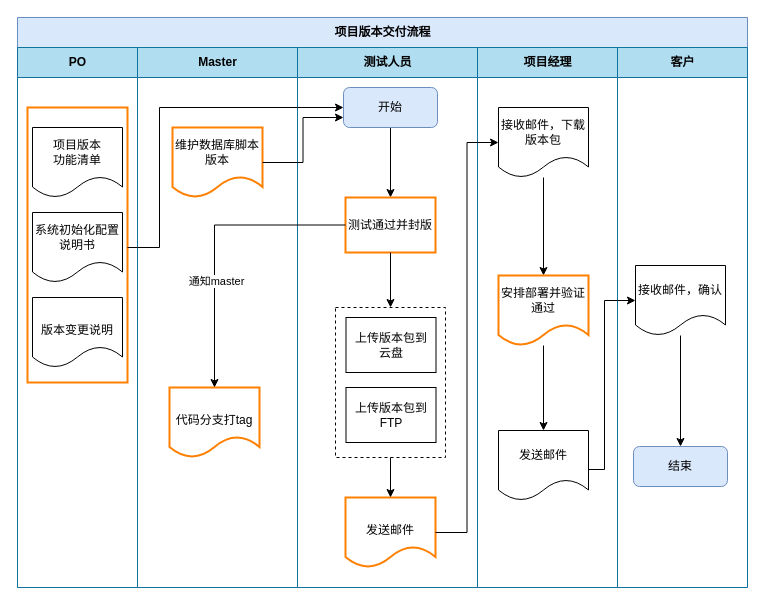
Earlier version of the draw.io diagram 20210214project.drawio (liaoxiaofang/automation-test). Source tidied: cells renumbered, new cells numbered last; positions are measured from the earlier drawing's top-left corner, leaving out a move shared by most shapes. Both pictures are drawn from the tidied source at 100%, with x=0, y=0 at pixel (17, 17).
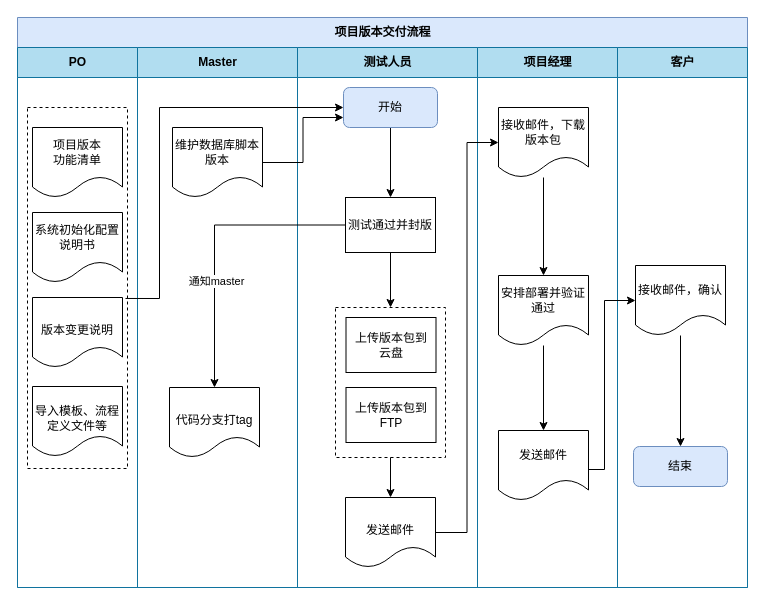
After the change.

Unchanged cells that the change refers to:
```xml
<mxCell id="2" value="项目版本交付流程" style="swimlane;html=1;startSize=30;fillColor=#dae8fc;strokeColor=#6c8ebf;" parent="1" vertex="1">
  <mxGeometry width="730" height="570" as="geometry" />
</mxCell>
<mxCell id="3" value="PO" style="swimlane;html=1;startSize=30;fillColor=#b1ddf0;strokeColor=#10739e;" parent="2" vertex="1">
  <mxGeometry y="30" width="120" height="540" as="geometry" />
</mxCell>
<mxCell id="8" value="Master" style="swimlane;html=1;startSize=30;fillColor=#b1ddf0;strokeColor=#10739e;" parent="2" vertex="1">
  <mxGeometry x="120" y="30" width="160" height="540" as="geometry" />
</mxCell>
<mxCell id="11" value="测试人员" style="swimlane;html=1;startSize=30;fillColor=#b1ddf0;strokeColor=#10739e;" parent="2" vertex="1">
  <mxGeometry x="280" y="30" width="180" height="540" as="geometry" />
</mxCell>
<mxCell id="13" value="开始" style="rounded=1;whiteSpace=wrap;html=1;strokeWidth=1;fillColor=#dae8fc;strokeColor=#6c8ebf;" parent="11" vertex="1">
  <mxGeometry x="46" y="40" width="94" height="40" as="geometry" />
</mxCell>
<mxCell id="21" value="项目经理" style="swimlane;html=1;startSize=30;fillColor=#b1ddf0;strokeColor=#10739e;" parent="2" vertex="1">
  <mxGeometry x="460" y="30" width="140" height="540" as="geometry" />
</mxCell>
```

Change to the diagram source:
```diff
@@
-    <mxCell id="7" style="rounded=0;whiteSpace=wrap;html=1;fillColor=none;strokeWidth=2;strokeColor=#FF8000;" parent="3" vertex="1">
-      <mxGeometry x="10" y="60" width="100" height="275" as="geometry" />
+    <mxCell id="7" style="rounded=0;whiteSpace=wrap;html=1;fillColor=none;strokeWidth=1;dashed=1;" parent="3" vertex="1">
+      <mxGeometry x="10" y="60" width="100" height="361" as="geometry" />
     </mxCell>
+    <mxCell id="37" value="&lt;br&gt;导入模板、流程定义文件等" style="shape=document;whiteSpace=wrap;html=1;boundedLbl=1;strokeWidth=1;" parent="3" vertex="1">
+      <mxGeometry x="15" y="339" width="90" height="70" as="geometry" />
+    </mxCell>
@@
-    <mxCell id="9" value="维护数据库脚本版本" style="shape=document;whiteSpace=wrap;html=1;boundedLbl=1;strokeColor=#FF8000;strokeWidth=2;" parent="8" vertex="1">
+    <mxCell id="9" value="维护数据库脚本版本" style="shape=document;whiteSpace=wrap;html=1;boundedLbl=1;strokeWidth=1;" parent="8" vertex="1">
       <mxGeometry x="35" y="80" width="90" height="70" as="geometry" />
     </mxCell>
-    <mxCell id="10" value="&lt;br&gt;代码分支打tag" style="shape=document;whiteSpace=wrap;html=1;boundedLbl=1;strokeColor=#FF8000;strokeWidth=2;" parent="8" vertex="1">
+    <mxCell id="10" value="&lt;br&gt;代码分支打tag" style="shape=document;whiteSpace=wrap;html=1;boundedLbl=1;strokeWidth=1;" parent="8" vertex="1">
       <mxGeometry x="32" y="340" width="90" height="70" as="geometry" />
     </mxCell>
@@
-    <mxCell id="14" value="测试通过并封版" style="rounded=0;whiteSpace=wrap;html=1;strokeWidth=2;fillColor=none;strokeColor=#FF8000;" parent="11" vertex="1">
+    <mxCell id="14" value="测试通过并封版" style="rounded=0;whiteSpace=wrap;html=1;strokeWidth=1;fillColor=none;" parent="11" vertex="1">
       <mxGeometry x="48" y="150" width="90" height="55" as="geometry" />
     </mxCell>
@@
-    <mxCell id="17" value="&lt;br&gt;发送邮件" style="shape=document;whiteSpace=wrap;html=1;boundedLbl=1;strokeColor=#FF8000;strokeWidth=2;" parent="11" vertex="1">
+    <mxCell id="17" value="&lt;br&gt;发送邮件" style="shape=document;whiteSpace=wrap;html=1;boundedLbl=1;strokeWidth=1;" parent="11" vertex="1">
       <mxGeometry x="48" y="450" width="90" height="70" as="geometry" />
     </mxCell>
@@
-    <mxCell id="25" value="安排部署并验证通过" style="shape=document;whiteSpace=wrap;html=1;boundedLbl=1;strokeColor=#FF8000;strokeWidth=2;" parent="21" vertex="1">
+    <mxCell id="25" value="安排部署并验证通过" style="shape=document;whiteSpace=wrap;html=1;boundedLbl=1;strokeWidth=1;" parent="21" vertex="1">
       <mxGeometry x="21" y="228" width="90" height="70" as="geometry" />
     </mxCell>
@@
-    <mxCell id="27" style="edgeStyle=orthogonalEdgeStyle;rounded=0;jettySize=auto;html=1;entryX=0;entryY=0.5;entryDx=0;entryDy=0;" parent="2" edge="1" source="7" target="13">
+    <mxCell id="27" style="edgeStyle=orthogonalEdgeStyle;rounded=0;jettySize=auto;html=1;entryX=0;entryY=0.5;entryDx=0;entryDy=0;exitX=0.98;exitY=0.529;exitDx=0;exitDy=0;exitPerimeter=0;" parent="2" edge="1" source="7" target="13">
       <mxGeometry relative="1" as="geometry">
         <Array as="points">
-          <mxPoint x="142" y="230" />
+          <mxPoint x="142" y="281" />
           <mxPoint x="142" y="90" />
         </Array>
       </mxGeometry>
     </mxCell>
```
